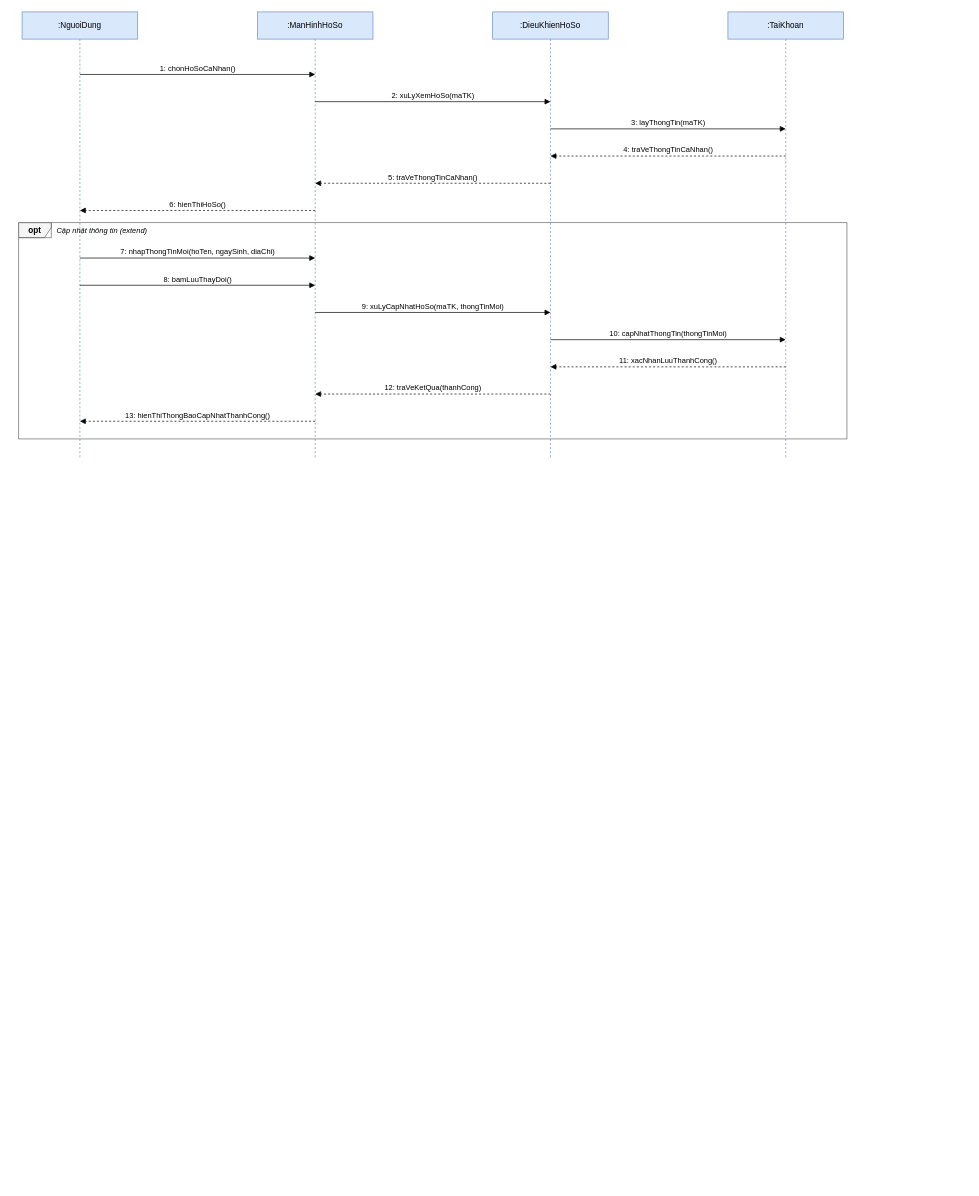
This is page "2.10. Sơ đồ Tuần tự Chi tiết: Quản lý thông tin cá nhân (UC1" (12 of 20) of docs/sequence/Sequence_DatVeXeKhach.drawio from Longcodepro/Project_OOAD_HK1_2026-2027, a draw.io file, before an edit. Source tidied: cells renumbered, new cells numbered last; positions are measured from the earlier drawing's top-left corner, leaving out a move shared by most shapes. Both pictures are drawn from the tidied source at 68%, with x=0, y=0 at pixel (18, 12).
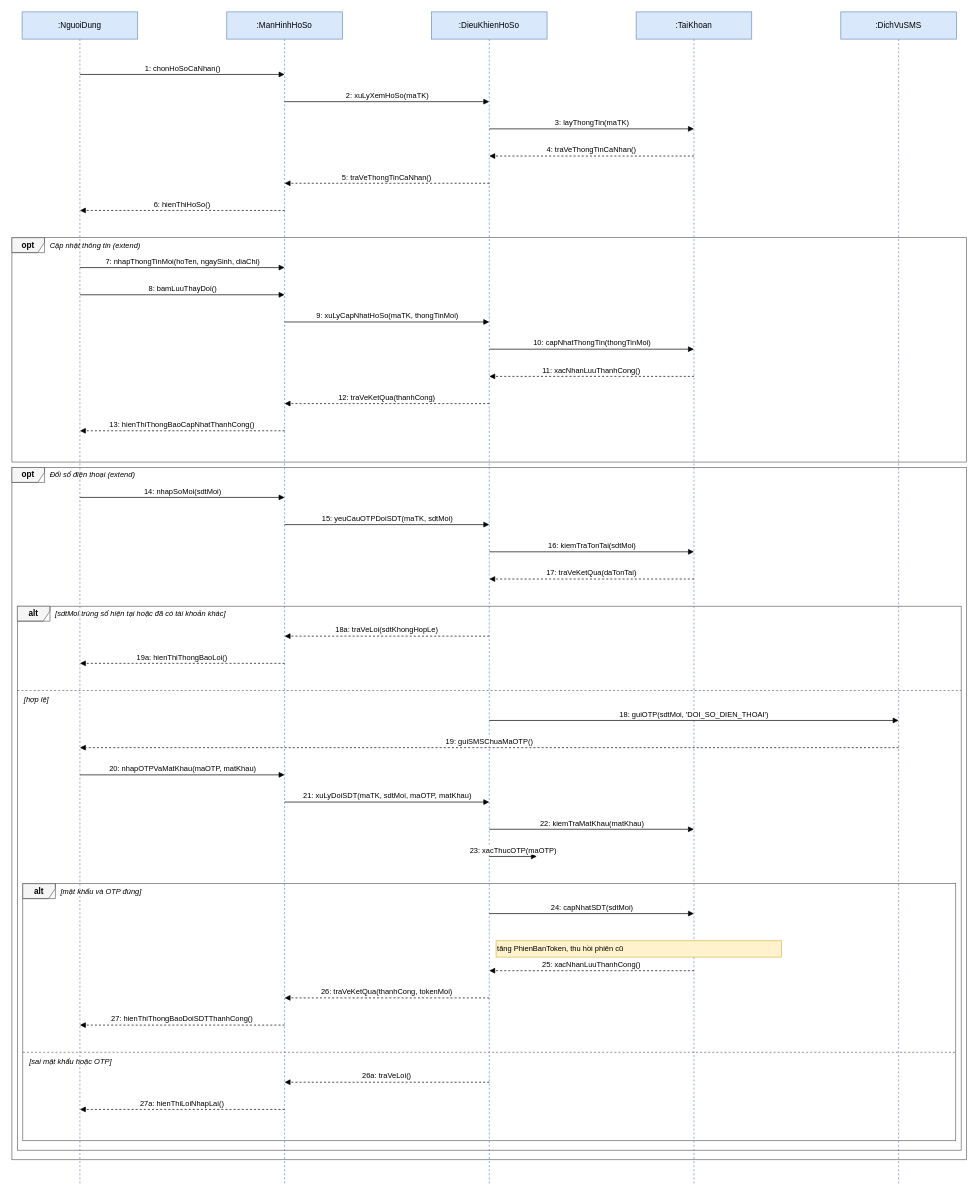
The same diagram, later.

The edit, as a diff of the source:
```diff
@@
     <mxCell id="2" value=":NguoiDung" style="shape=umlLifeline;perimeter=lifelinePerimeter;whiteSpace=wrap;html=1;size=40;fillColor=#dae8fc;strokeColor=#6c8ebf;" parent="1" vertex="1">
-      <mxGeometry x="5" width="170" height="656" as="geometry" />
+      <mxGeometry x="5" width="170" height="1724" as="geometry" />
     </mxCell>
     <mxCell id="3" value=":ManHinhHoSo" style="shape=umlLifeline;perimeter=lifelinePerimeter;whiteSpace=wrap;html=1;size=40;fillColor=#dae8fc;strokeColor=#6c8ebf;" parent="1" vertex="1">
-      <mxGeometry x="351" width="170" height="656" as="geometry" />
+      <mxGeometry x="306" width="170" height="1724" as="geometry" />
     </mxCell>
     <mxCell id="4" value=":DieuKhienHoSo" style="shape=umlLifeline;perimeter=lifelinePerimeter;whiteSpace=wrap;html=1;size=40;fillColor=#dae8fc;strokeColor=#6c8ebf;" parent="1" vertex="1">
-      <mxGeometry x="697" width="170" height="656" as="geometry" />
+      <mxGeometry x="607" width="170" height="1724" as="geometry" />
     </mxCell>
     <mxCell id="5" value=":TaiKhoan" style="shape=umlLifeline;perimeter=lifelinePerimeter;whiteSpace=wrap;html=1;size=40;fillColor=#dae8fc;strokeColor=#6c8ebf;" parent="1" vertex="1">
-      <mxGeometry x="1043" width="170" height="656" as="geometry" />
+      <mxGeometry x="908" width="170" height="1724" as="geometry" />
     </mxCell>
-    <mxCell id="6" style="rounded=0;html=1;fillColor=none;strokeColor=#666666;" parent="1" vertex="1">
-      <mxGeometry y="310" width="1218" height="318" as="geometry" />
+    <mxCell id="6" value=":DichVuSMS" style="shape=umlLifeline;perimeter=lifelinePerimeter;whiteSpace=wrap;html=1;size=40;fillColor=#dae8fc;strokeColor=#6c8ebf;" parent="1" vertex="1">
+      <mxGeometry x="1209" width="170" height="1724" as="geometry" />
     </mxCell>
-    <mxCell id="7" value="opt" style="shape=umlFrame;whiteSpace=wrap;html=1;width=48;height=22;fillColor=#f5f5f5;strokeColor=#666666;fontStyle=1;" parent="1" vertex="1">
-      <mxGeometry y="310" width="48" height="22" as="geometry" />
+    <mxCell id="7" style="rounded=0;html=1;fillColor=none;strokeColor=#666666;" parent="1" vertex="1">
+      <mxGeometry x="-10" y="332" width="1404" height="330" as="geometry" />
     </mxCell>
-    <mxCell id="8" value="Cập nhật thông tin (extend)" style="text;html=1;align=left;verticalAlign=middle;fontSize=11;fontStyle=2;" parent="1" vertex="1">
-      <mxGeometry x="54" y="310" width="1158" height="22" as="geometry" />
+    <mxCell id="8" value="opt" style="shape=umlFrame;whiteSpace=wrap;html=1;width=48;height=22;fillColor=#f5f5f5;strokeColor=#666666;fontStyle=1;" parent="1" vertex="1">
+      <mxGeometry x="-10" y="332" width="48" height="22" as="geometry" />
     </mxCell>
-    <mxCell id="9" value="1: chonHoSoCaNhan()" style="html=1;endArrow=block;endFill=1;rounded=0;labelBackgroundColor=#ffffff;verticalAlign=bottom;" parent="1" edge="1">
-      <mxGeometry relative="1" as="geometry">
-        <mxPoint x="90" y="92" as="sourcePoint" />
-        <mxPoint x="436" y="92" as="targetPoint" />
-      </mxGeometry>
+    <mxCell id="9" value="Cập nhật thông tin (extend)" style="text;html=1;align=left;verticalAlign=middle;fontSize=11;fontStyle=2;" parent="1" vertex="1">
+      <mxGeometry x="44" y="332" width="1344" height="22" as="geometry" />
     </mxCell>
-    <mxCell id="10" value="2: xuLyXemHoSo(maTK)" style="html=1;endArrow=block;endFill=1;rounded=0;labelBackgroundColor=#ffffff;verticalAlign=bottom;" parent="1" edge="1">
-      <mxGeometry relative="1" as="geometry">
-        <mxPoint x="436" y="132" as="sourcePoint" />
-        <mxPoint x="782" y="132" as="targetPoint" />
-      </mxGeometry>
+    <mxCell id="10" style="rounded=0;html=1;fillColor=none;strokeColor=#666666;" parent="1" vertex="1">
+      <mxGeometry x="-10" y="670" width="1404" height="1018" as="geometry" />
     </mxCell>
-    <mxCell id="11" value="3: layThongTin(maTK)" style="html=1;endArrow=block;endFill=1;rounded=0;labelBackgroundColor=#ffffff;verticalAlign=bottom;" parent="1" edge="1">
-      <mxGeometry relative="1" as="geometry">
-        <mxPoint x="782" y="172" as="sourcePoint" />
-        <mxPoint x="1128" y="172" as="targetPoint" />
-      </mxGeometry>
+    <mxCell id="11" value="opt" style="shape=umlFrame;whiteSpace=wrap;html=1;width=48;height=22;fillColor=#f5f5f5;strokeColor=#666666;fontStyle=1;" parent="1" vertex="1">
+      <mxGeometry x="-10" y="670" width="48" height="22" as="geometry" />
     </mxCell>
-    <mxCell id="12" value="4: traVeThongTinCaNhan()" style="html=1;endArrow=block;endFill=1;rounded=0;labelBackgroundColor=#ffffff;verticalAlign=bottom;dashed=1;" parent="1" edge="1">
-      <mxGeometry relative="1" as="geometry">
-        <mxPoint x="1128" y="212" as="sourcePoint" />
-        <mxPoint x="782" y="212" as="targetPoint" />
-      </mxGeometry>
+    <mxCell id="12" value="Đổi số điện thoại (extend)" style="text;html=1;align=left;verticalAlign=middle;fontSize=11;fontStyle=2;" parent="1" vertex="1">
+      <mxGeometry x="44" y="670" width="1344" height="22" as="geometry" />
     </mxCell>
-    <mxCell id="13" value="5: traVeThongTinCaNhan()" style="html=1;endArrow=block;endFill=1;rounded=0;labelBackgroundColor=#ffffff;verticalAlign=bottom;dashed=1;" parent="1" edge="1">
-      <mxGeometry relative="1" as="geometry">
-        <mxPoint x="782" y="252" as="sourcePoint" />
-        <mxPoint x="436" y="252" as="targetPoint" />
-      </mxGeometry>
+    <mxCell id="13" style="rounded=0;html=1;fillColor=none;strokeColor=#666666;" parent="1" vertex="1">
+      <mxGeometry x="-2" y="874" width="1388" height="800" as="geometry" />
     </mxCell>
-    <mxCell id="14" value="6: hienThiHoSo()" style="html=1;endArrow=block;endFill=1;rounded=0;labelBackgroundColor=#ffffff;verticalAlign=bottom;dashed=1;" parent="1" edge="1">
-      <mxGeometry relative="1" as="geometry">
-        <mxPoint x="436" y="292" as="sourcePoint" />
-        <mxPoint x="90" y="292" as="targetPoint" />
-      </mxGeometry>
+    <mxCell id="14" value="alt" style="shape=umlFrame;whiteSpace=wrap;html=1;width=48;height=22;fillColor=#f5f5f5;strokeColor=#666666;fontStyle=1;" parent="1" vertex="1">
+      <mxGeometry x="-2" y="874" width="48" height="22" as="geometry" />
     </mxCell>
-    <mxCell id="15" value="7: nhapThongTinMoi(hoTen, ngaySinh, diaChi)" style="html=1;endArrow=block;endFill=1;rounded=0;labelBackgroundColor=#ffffff;verticalAlign=bottom;" parent="1" edge="1">
-      <mxGeometry relative="1" as="geometry">
-        <mxPoint x="90" y="362" as="sourcePoint" />
-        <mxPoint x="436" y="362" as="targetPoint" />
-      </mxGeometry>
+    <mxCell id="15" value="[sdtMoi trùng số hiện tại hoặc đã có tài khoản khác]" style="text;html=1;align=left;verticalAlign=middle;fontSize=11;fontStyle=2;" parent="1" vertex="1">
+      <mxGeometry x="52" y="874" width="1328" height="22" as="geometry" />
     </mxCell>
-    <mxCell id="16" value="8: bamLuuThayDoi()" style="html=1;endArrow=block;endFill=1;rounded=0;labelBackgroundColor=#ffffff;verticalAlign=bottom;" parent="1" edge="1">
+    <mxCell id="16" style="endArrow=none;dashed=1;strokeColor=#666666;html=1;" parent="1" edge="1">
       <mxGeometry relative="1" as="geometry">
-        <mxPoint x="90" y="402" as="sourcePoint" />
-        <mxPoint x="436" y="402" as="targetPoint" />
+        <mxPoint x="-2" y="998" as="sourcePoint" />
+        <mxPoint x="1386" y="998" as="targetPoint" />
       </mxGeometry>
     </mxCell>
-    <mxCell id="17" value="9: xuLyCapNhatHoSo(maTK, thongTinMoi)" style="html=1;endArrow=block;endFill=1;rounded=0;labelBackgroundColor=#ffffff;verticalAlign=bottom;" parent="1" edge="1">
-      <mxGeometry relative="1" as="geometry">
-        <mxPoint x="436" y="442" as="sourcePoint" />
-        <mxPoint x="782" y="442" as="targetPoint" />
-      </mxGeometry>
+    <mxCell id="17" value="[hợp lệ]" style="text;html=1;align=left;verticalAlign=middle;fontSize=11;fontStyle=2;" parent="1" vertex="1">
+      <mxGeometry x="6" y="1000" width="1328" height="22" as="geometry" />
     </mxCell>
-    <mxCell id="18" value="10: capNhatThongTin(thongTinMoi)" style="html=1;endArrow=block;endFill=1;rounded=0;labelBackgroundColor=#ffffff;verticalAlign=bottom;" parent="1" edge="1">
-      <mxGeometry relative="1" as="geometry">
-        <mxPoint x="782" y="482" as="sourcePoint" />
-        <mxPoint x="1128" y="482" as="targetPoint" />
-      </mxGeometry>
+    <mxCell id="18" style="rounded=0;html=1;fillColor=none;strokeColor=#666666;" parent="1" vertex="1">
+      <mxGeometry x="6" y="1282" width="1372" height="378" as="geometry" />
     </mxCell>
-    <mxCell id="19" value="11: xacNhanLuuThanhCong()" style="html=1;endArrow=block;endFill=1;rounded=0;labelBackgroundColor=#ffffff;verticalAlign=bottom;dashed=1;" parent="1" edge="1">
-      <mxGeometry relative="1" as="geometry">
-        <mxPoint x="1128" y="522" as="sourcePoint" />
-        <mxPoint x="782" y="522" as="targetPoint" />
-      </mxGeometry>
+    <mxCell id="19" value="alt" style="shape=umlFrame;whiteSpace=wrap;html=1;width=48;height=22;fillColor=#f5f5f5;strokeColor=#666666;fontStyle=1;" parent="1" vertex="1">
+      <mxGeometry x="6" y="1282" width="48" height="22" as="geometry" />
     </mxCell>
-    <mxCell id="20" value="12: traVeKetQua(thanhCong)" style="html=1;endArrow=block;endFill=1;rounded=0;labelBackgroundColor=#ffffff;verticalAlign=bottom;dashed=1;" parent="1" edge="1">
-      <mxGeometry relative="1" as="geometry">
-        <mxPoint x="782" y="562" as="sourcePoint" />
-        <mxPoint x="436" y="562" as="targetPoint" />
-      </mxGeometry>
+    <mxCell id="20" value="[mật khẩu và OTP đúng]" style="text;html=1;align=left;verticalAlign=middle;fontSize=11;fontStyle=2;" parent="1" vertex="1">
+      <mxGeometry x="60" y="1282" width="1312" height="22" as="geometry" />
     </mxCell>
-    <mxCell id="21" value="13: hienThiThongBaoCapNhatThanhCong()" style="html=1;endArrow=block;endFill=1;rounded=0;labelBackgroundColor=#ffffff;verticalAlign=bottom;dashed=1;" parent="1" edge="1">
+    <mxCell id="21" style="endArrow=none;dashed=1;strokeColor=#666666;html=1;" parent="1" edge="1">
       <mxGeometry relative="1" as="geometry">
-        <mxPoint x="436" y="602" as="sourcePoint" />
-        <mxPoint x="90" y="602" as="targetPoint" />
+        <mxPoint x="6" y="1530" as="sourcePoint" />
+        <mxPoint x="1378" y="1530" as="targetPoint" />
       </mxGeometry>
     </mxCell>
+    <mxCell id="22" value="[sai mật khẩu hoặc OTP]" style="text;html=1;align=left;verticalAlign=middle;fontSize=11;fontStyle=2;" parent="1" vertex="1">
+      <mxGeometry x="14" y="1532" width="1312" height="22" as="geometry" />
+    </mxCell>
+    <mxCell id="23" value="1: chonHoSoCaNhan()" style="html=1;endArrow=block;endFill=1;rounded=0;labelBackgroundColor=#ffffff;verticalAlign=bottom;" parent="1" edge="1">
+      <mxGeometry relative="1" as="geometry">
+        <mxPoint x="90" y="92" as="sourcePoint" />
+        <mxPoint x="391" y="92" as="targetPoint" />
+      </mxGeometry>
+    </mxCell>
+    <mxCell id="24" value="2: xuLyXemHoSo(maTK)" style="html=1;endArrow=block;endFill=1;rounded=0;labelBackgroundColor=#ffffff;verticalAlign=bottom;" parent="1" edge="1">
+      <mxGeometry relative="1" as="geometry">
+        <mxPoint x="391" y="132" as="sourcePoint" />
+        <mxPoint x="692" y="132" as="targetPoint" />
+      </mxGeometry>
+    </mxCell>
+    <mxCell id="25" value="3: layThongTin(maTK)" style="html=1;endArrow=block;endFill=1;rounded=0;labelBackgroundColor=#ffffff;verticalAlign=bottom;" parent="1" edge="1">
+      <mxGeometry relative="1" as="geometry">
+        <mxPoint x="692" y="172" as="sourcePoint" />
+        <mxPoint x="993" y="172" as="targetPoint" />
+      </mxGeometry>
+    </mxCell>
+    <mxCell id="26" value="4: traVeThongTinCaNhan()" style="html=1;endArrow=block;endFill=1;rounded=0;labelBackgroundColor=#ffffff;verticalAlign=bottom;dashed=1;" parent="1" edge="1">
+      <mxGeometry relative="1" as="geometry">
+        <mxPoint x="993" y="212" as="sourcePoint" />
+        <mxPoint x="692" y="212" as="targetPoint" />
+      </mxGeometry>
+    </mxCell>
+    <mxCell id="27" value="5: traVeThongTinCaNhan()" style="html=1;endArrow=block;endFill=1;rounded=0;labelBackgroundColor=#ffffff;verticalAlign=bottom;dashed=1;" parent="1" edge="1">
+      <mxGeometry relative="1" as="geometry">
+        <mxPoint x="692" y="252" as="sourcePoint" />
+        <mxPoint x="391" y="252" as="targetPoint" />
+      </mxGeometry>
+    </mxCell>
+    <mxCell id="28" value="6: hienThiHoSo()" style="html=1;endArrow=block;endFill=1;rounded=0;labelBackgroundColor=#ffffff;verticalAlign=bottom;dashed=1;" parent="1" edge="1">
+      <mxGeometry relative="1" as="geometry">
+        <mxPoint x="391" y="292" as="sourcePoint" />
+        <mxPoint x="90" y="292" as="targetPoint" />
+      </mxGeometry>
+    </mxCell>
+    <mxCell id="29" value="7: nhapThongTinMoi(hoTen, ngaySinh, diaChi)" style="html=1;endArrow=block;endFill=1;rounded=0;labelBackgroundColor=#ffffff;verticalAlign=bottom;" parent="1" edge="1">
+      <mxGeometry relative="1" as="geometry">
+        <mxPoint x="90" y="376" as="sourcePoint" />
+        <mxPoint x="391" y="376" as="targetPoint" />
+      </mxGeometry>
+    </mxCell>
+    <mxCell id="30" value="8: bamLuuThayDoi()" style="html=1;endArrow=block;endFill=1;rounded=0;labelBackgroundColor=#ffffff;verticalAlign=bottom;" parent="1" edge="1">
+      <mxGeometry relative="1" as="geometry">
+        <mxPoint x="90" y="416" as="sourcePoint" />
+        <mxPoint x="391" y="416" as="targetPoint" />
+      </mxGeometry>
+    </mxCell>
+    <mxCell id="31" value="9: xuLyCapNhatHoSo(maTK, thongTinMoi)" style="html=1;endArrow=block;endFill=1;rounded=0;labelBackgroundColor=#ffffff;verticalAlign=bottom;" parent="1" edge="1">
+      <mxGeometry relative="1" as="geometry">
+        <mxPoint x="391" y="456" as="sourcePoint" />
+        <mxPoint x="692" y="456" as="targetPoint" />
+      </mxGeometry>
+    </mxCell>
+    <mxCell id="32" value="10: capNhatThongTin(thongTinMoi)" style="html=1;endArrow=block;endFill=1;rounded=0;labelBackgroundColor=#ffffff;verticalAlign=bottom;" parent="1" edge="1">
+      <mxGeometry relative="1" as="geometry">
+        <mxPoint x="692" y="496" as="sourcePoint" />
+        <mxPoint x="993" y="496" as="targetPoint" />
+      </mxGeometry>
+    </mxCell>
+    <mxCell id="33" value="11: xacNhanLuuThanhCong()" style="html=1;endArrow=block;endFill=1;rounded=0;labelBackgroundColor=#ffffff;verticalAlign=bottom;dashed=1;" parent="1" edge="1">
+      <mxGeometry relative="1" as="geometry">
+        <mxPoint x="993" y="536" as="sourcePoint" />
+        <mxPoint x="692" y="536" as="targetPoint" />
+      </mxGeometry>
+    </mxCell>
+    <mxCell id="34" value="12: traVeKetQua(thanhCong)" style="html=1;endArrow=block;endFill=1;rounded=0;labelBackgroundColor=#ffffff;verticalAlign=bottom;dashed=1;" parent="1" edge="1">
+      <mxGeometry relative="1" as="geometry">
+        <mxPoint x="692" y="576" as="sourcePoint" />
+        <mxPoint x="391" y="576" as="targetPoint" />
+      </mxGeometry>
+    </mxCell>
+    <mxCell id="35" value="13: hienThiThongBaoCapNhatThanhCong()" style="html=1;endArrow=block;endFill=1;rounded=0;labelBackgroundColor=#ffffff;verticalAlign=bottom;dashed=1;" parent="1" edge="1">
+      <mxGeometry relative="1" as="geometry">
+        <mxPoint x="391" y="616" as="sourcePoint" />
+        <mxPoint x="90" y="616" as="targetPoint" />
+      </mxGeometry>
+    </mxCell>
+    <mxCell id="36" value="14: nhapSoMoi(sdtMoi)" style="html=1;endArrow=block;endFill=1;rounded=0;labelBackgroundColor=#ffffff;verticalAlign=bottom;" parent="1" edge="1">
+      <mxGeometry relative="1" as="geometry">
+        <mxPoint x="90" y="714" as="sourcePoint" />
+        <mxPoint x="391" y="714" as="targetPoint" />
+      </mxGeometry>
+    </mxCell>
+    <mxCell id="37" value="15: yeuCauOTPDoiSDT(maTK, sdtMoi)" style="html=1;endArrow=block;endFill=1;rounded=0;labelBackgroundColor=#ffffff;verticalAlign=bottom;" parent="1" edge="1">
+      <mxGeometry relative="1" as="geometry">
+        <mxPoint x="391" y="754" as="sourcePoint" />
+        <mxPoint x="692" y="754" as="targetPoint" />
+      </mxGeometry>
+    </mxCell>
+    <mxCell id="38" value="16: kiemTraTonTai(sdtMoi)" style="html=1;endArrow=block;endFill=1;rounded=0;labelBackgroundColor=#ffffff;verticalAlign=bottom;" parent="1" edge="1">
+      <mxGeometry relative="1" as="geometry">
+        <mxPoint x="692" y="794" as="sourcePoint" />
+        <mxPoint x="993" y="794" as="targetPoint" />
+      </mxGeometry>
+    </mxCell>
+    <mxCell id="39" value="17: traVeKetQua(daTonTai)" style="html=1;endArrow=block;endFill=1;rounded=0;labelBackgroundColor=#ffffff;verticalAlign=bottom;dashed=1;" parent="1" edge="1">
+      <mxGeometry relative="1" as="geometry">
+        <mxPoint x="993" y="834" as="sourcePoint" />
+        <mxPoint x="692" y="834" as="targetPoint" />
+      </mxGeometry>
+    </mxCell>
+    <mxCell id="40" value="18a: traVeLoi(sdtKhongHopLe)" style="html=1;endArrow=block;endFill=1;rounded=0;labelBackgroundColor=#ffffff;verticalAlign=bottom;dashed=1;" parent="1" edge="1">
+      <mxGeometry relative="1" as="geometry">
+        <mxPoint x="692" y="918" as="sourcePoint" />
+        <mxPoint x="391" y="918" as="targetPoint" />
+      </mxGeometry>
+    </mxCell>
+    <mxCell id="41" value="19a: hienThiThongBaoLoi()" style="html=1;endArrow=block;endFill=1;rounded=0;labelBackgroundColor=#ffffff;verticalAlign=bottom;dashed=1;" parent="1" edge="1">
+      <mxGeometry relative="1" as="geometry">
+        <mxPoint x="391" y="958" as="sourcePoint" />
+        <mxPoint x="90" y="958" as="targetPoint" />
+      </mxGeometry>
+    </mxCell>
+    <mxCell id="42" value="18: guiOTP(sdtMoi, 'DOI_SO_DIEN_THOAI')" style="html=1;endArrow=block;endFill=1;rounded=0;labelBackgroundColor=#ffffff;verticalAlign=bottom;" parent="1" edge="1">
+      <mxGeometry relative="1" as="geometry">
+        <mxPoint x="692" y="1042" as="sourcePoint" />
+        <mxPoint x="1294" y="1042" as="targetPoint" />
+      </mxGeometry>
+    </mxCell>
+    <mxCell id="43" value="19: guiSMSChuaMaOTP()" style="html=1;endArrow=block;endFill=1;rounded=0;labelBackgroundColor=#ffffff;verticalAlign=bottom;dashed=1;" parent="1" edge="1">
+      <mxGeometry relative="1" as="geometry">
+        <mxPoint x="1294" y="1082" as="sourcePoint" />
+        <mxPoint x="90" y="1082" as="targetPoint" />
+      </mxGeometry>
+    </mxCell>
+    <mxCell id="44" value="20: nhapOTPVaMatKhau(maOTP, matKhau)" style="html=1;endArrow=block;endFill=1;rounded=0;labelBackgroundColor=#ffffff;verticalAlign=bottom;" parent="1" edge="1">
+      <mxGeometry relative="1" as="geometry">
+        <mxPoint x="90" y="1122" as="sourcePoint" />
+        <mxPoint x="391" y="1122" as="targetPoint" />
+      </mxGeometry>
+    </mxCell>
+    <mxCell id="45" value="21: xuLyDoiSDT(maTK, sdtMoi, maOTP, matKhau)" style="html=1;endArrow=block;endFill=1;rounded=0;labelBackgroundColor=#ffffff;verticalAlign=bottom;" parent="1" edge="1">
+      <mxGeometry relative="1" as="geometry">
+        <mxPoint x="391" y="1162" as="sourcePoint" />
+        <mxPoint x="692" y="1162" as="targetPoint" />
+      </mxGeometry>
+    </mxCell>
+    <mxCell id="46" value="22: kiemTraMatKhau(matKhau)" style="html=1;endArrow=block;endFill=1;rounded=0;labelBackgroundColor=#ffffff;verticalAlign=bottom;" parent="1" edge="1">
+      <mxGeometry relative="1" as="geometry">
+        <mxPoint x="692" y="1202" as="sourcePoint" />
+        <mxPoint x="993" y="1202" as="targetPoint" />
+      </mxGeometry>
+    </mxCell>
+    <mxCell id="47" value="23: xacThucOTP(maOTP)" style="html=1;endArrow=block;endFill=1;rounded=0;labelBackgroundColor=#ffffff;verticalAlign=bottom;" parent="1" edge="1">
+      <mxGeometry relative="1" as="geometry">
+        <mxPoint x="692" y="1242" as="sourcePoint" />
+        <mxPoint x="762" y="1242" as="targetPoint" />
+      </mxGeometry>
+    </mxCell>
+    <mxCell id="48" value="24: capNhatSDT(sdtMoi)" style="html=1;endArrow=block;endFill=1;rounded=0;labelBackgroundColor=#ffffff;verticalAlign=bottom;" parent="1" edge="1">
+      <mxGeometry relative="1" as="geometry">
+        <mxPoint x="692" y="1326" as="sourcePoint" />
+        <mxPoint x="993" y="1326" as="targetPoint" />
+      </mxGeometry>
+    </mxCell>
+    <mxCell id="49" value="tăng PhienBanToken, thu hồi phiên cũ" style="text;html=1;align=left;verticalAlign=middle;fontSize=11;fillColor=#fff2cc;strokeColor=#d6b656;" parent="1" vertex="1">
+      <mxGeometry x="702" y="1366" width="420" height="24" as="geometry" />
+    </mxCell>
+    <mxCell id="50" value="25: xacNhanLuuThanhCong()" style="html=1;endArrow=block;endFill=1;rounded=0;labelBackgroundColor=#ffffff;verticalAlign=bottom;dashed=1;" parent="1" edge="1">
+      <mxGeometry relative="1" as="geometry">
+        <mxPoint x="993" y="1410" as="sourcePoint" />
+        <mxPoint x="692" y="1410" as="targetPoint" />
+      </mxGeometry>
+    </mxCell>
+    <mxCell id="51" value="26: traVeKetQua(thanhCong, tokenMoi)" style="html=1;endArrow=block;endFill=1;rounded=0;labelBackgroundColor=#ffffff;verticalAlign=bottom;dashed=1;" parent="1" edge="1">
+      <mxGeometry relative="1" as="geometry">
+        <mxPoint x="692" y="1450" as="sourcePoint" />
+        <mxPoint x="391" y="1450" as="targetPoint" />
+      </mxGeometry>
+    </mxCell>
+    <mxCell id="52" value="27: hienThiThongBaoDoiSDTThanhCong()" style="html=1;endArrow=block;endFill=1;rounded=0;labelBackgroundColor=#ffffff;verticalAlign=bottom;dashed=1;" parent="1" edge="1">
+      <mxGeometry relative="1" as="geometry">
+        <mxPoint x="391" y="1490" as="sourcePoint" />
+        <mxPoint x="90" y="1490" as="targetPoint" />
+      </mxGeometry>
+    </mxCell>
+    <mxCell id="53" value="26a: traVeLoi()" style="html=1;endArrow=block;endFill=1;rounded=0;labelBackgroundColor=#ffffff;verticalAlign=bottom;dashed=1;" parent="1" edge="1">
+      <mxGeometry relative="1" as="geometry">
+        <mxPoint x="692" y="1574" as="sourcePoint" />
+        <mxPoint x="391" y="1574" as="targetPoint" />
+      </mxGeometry>
+    </mxCell>
+    <mxCell id="54" value="27a: hienThiLoiNhapLai()" style="html=1;endArrow=block;endFill=1;rounded=0;labelBackgroundColor=#ffffff;verticalAlign=bottom;dashed=1;" parent="1" edge="1">
+      <mxGeometry relative="1" as="geometry">
+        <mxPoint x="391" y="1614" as="sourcePoint" />
+        <mxPoint x="90" y="1614" as="targetPoint" />
+      </mxGeometry>
+    </mxCell>
```
